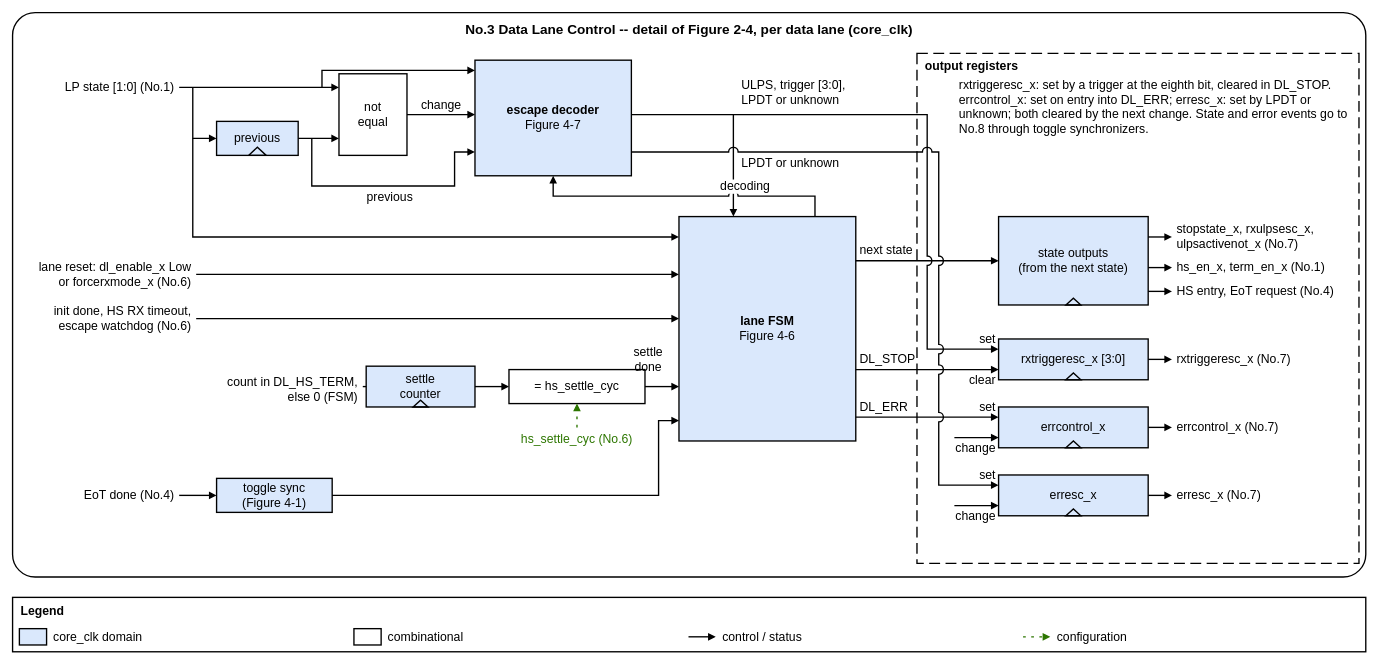
This is 22fdx/rx/digital/hw/rtl/ip/ftel_dphy_rx/doc/figures/ftel_dphy_rx_dl_ctrl.drawio from ftel-cdc/fu3_dphy, a draw.io file, before an edit. Source tidied: cells renumbered, new cells numbered last; positions are measured from the earlier drawing's top-left corner, leaving out a move shared by most shapes. Both pictures are drawn from the tidied source at 68%, with x=0, y=0 at pixel (12, 12).
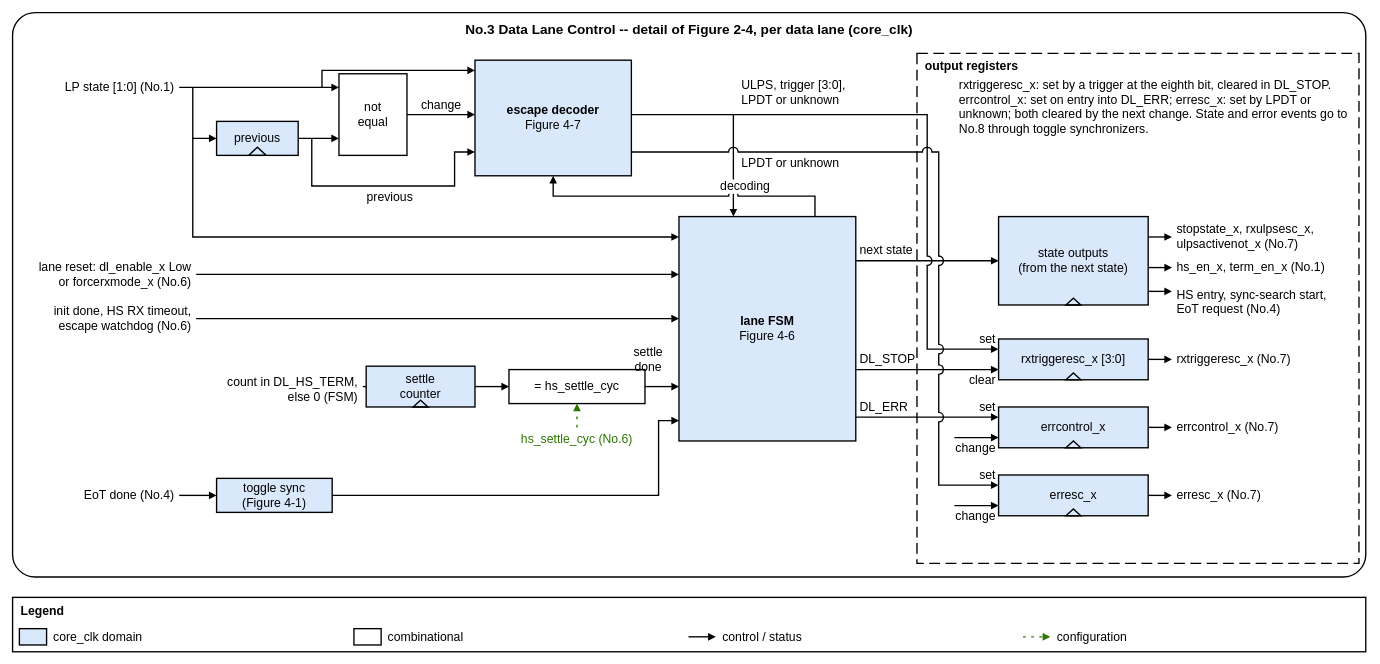
Above is the later version.

Change to the diagram source:
```diff
@@
-    <mxCell id="69" value="HS entry, EoT request (No.4)" style="text;html=1;whiteSpace=wrap;fontSize=18;align=left;verticalAlign=middle;strokeColor=none;fillColor=none;spacing=2;" parent="1" vertex="1">
-      <mxGeometry x="1710" y="385" width="270" height="50" as="geometry" />
+    <mxCell id="69" value="HS entry, sync-search start,&lt;br&gt;EoT request (No.4)" style="text;html=1;whiteSpace=wrap;fontSize=18;align=left;verticalAlign=top;strokeColor=none;fillColor=none;spacing=2;" parent="1" vertex="1">
+      <mxGeometry x="1710" y="398" width="285" height="50" as="geometry" />
     </mxCell>
```
